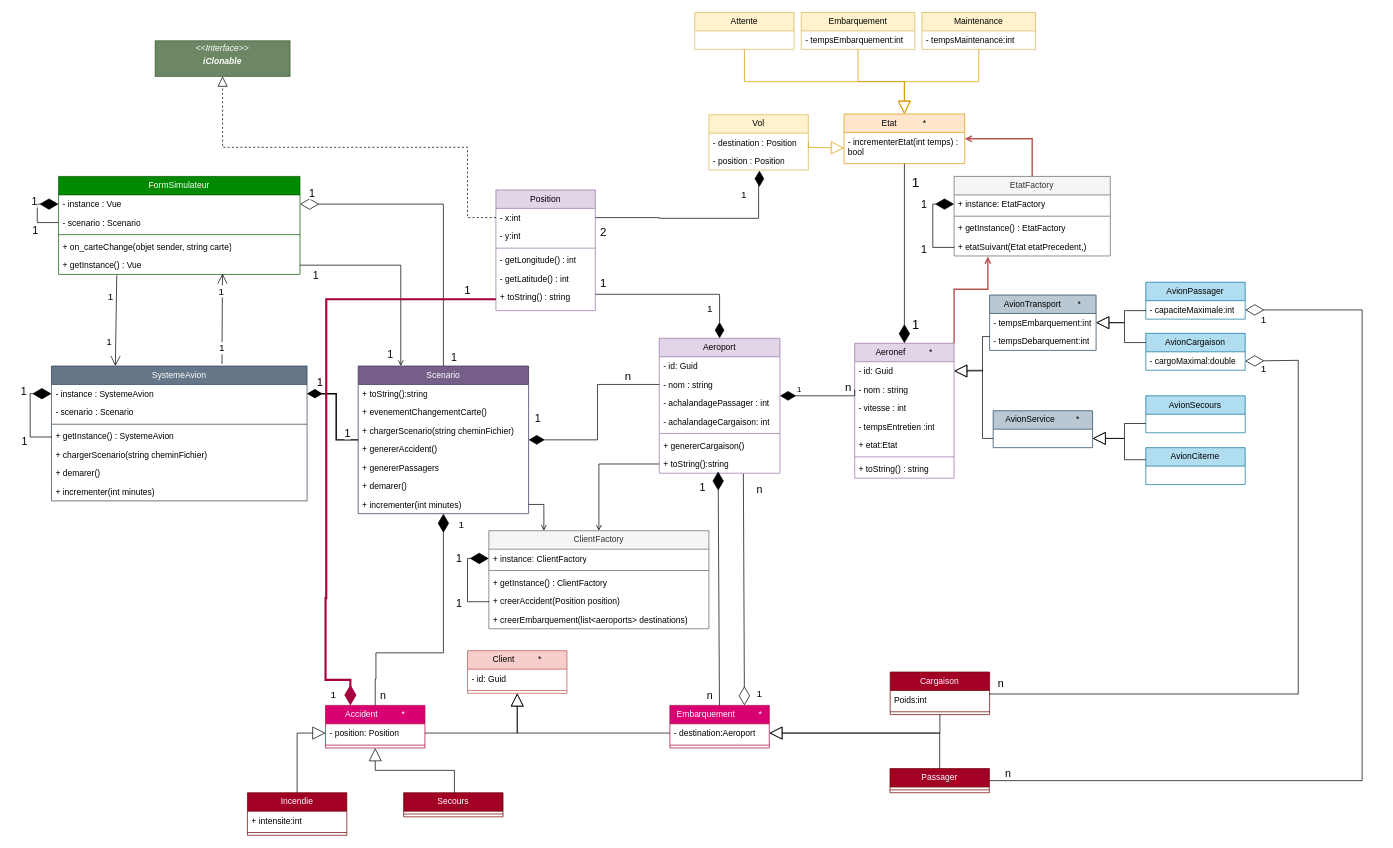
This is AviyonsSimulateur.drawio from felixcharbonneau/Echec, a draw.io file, before an edit. Source tidied: cells renumbered, new cells numbered last; positions are measured from the earlier drawing's top-left corner, leaving out a move shared by most shapes. Both pictures are drawn from the tidied source at 71%, with x=0, y=0 at pixel (30, 12).
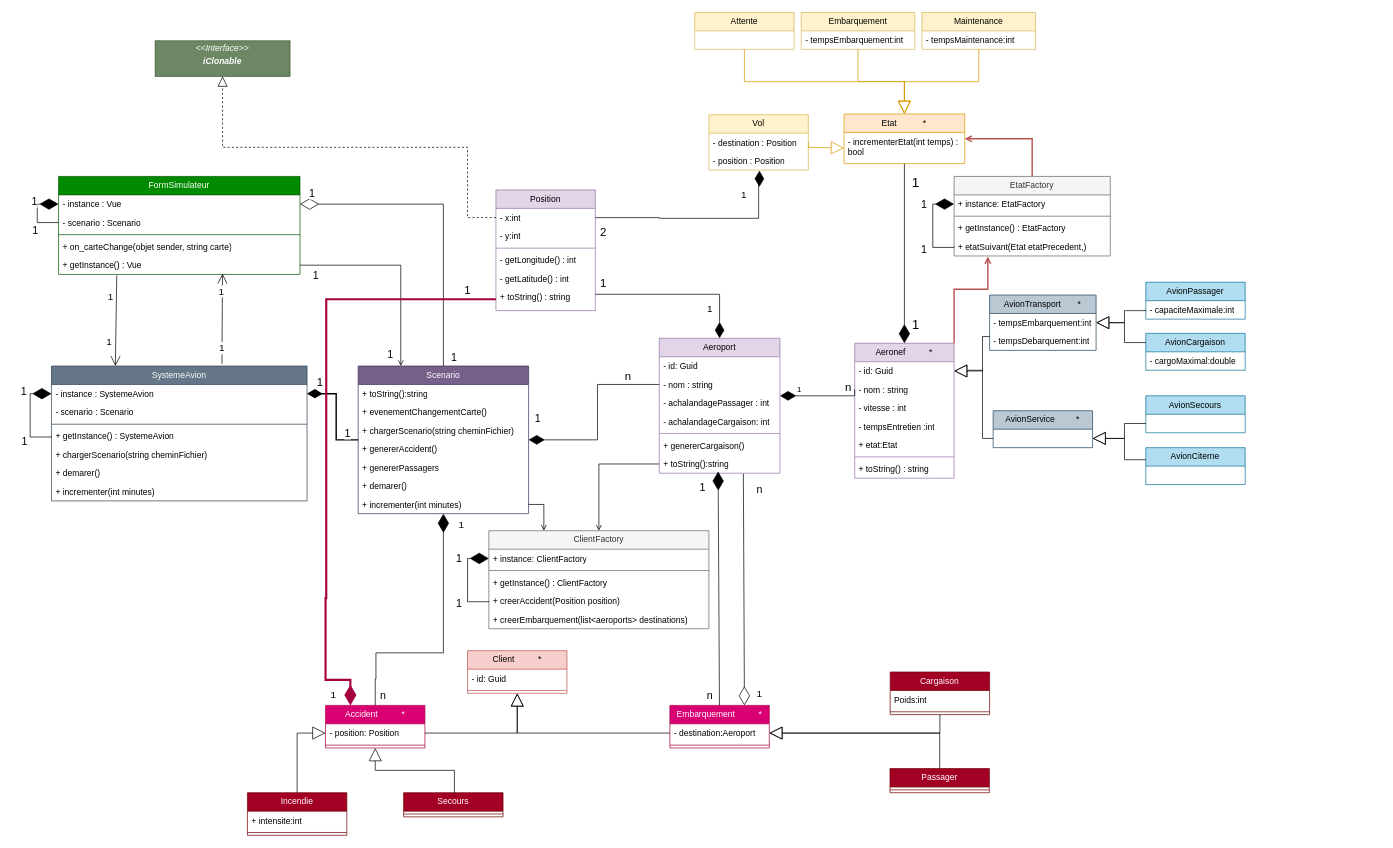
After the change.

Unchanged cells that the change refers to:
```xml
<mxCell id="65" value="- capaciteMaximale:int" style="text;strokeColor=none;fillColor=none;align=left;verticalAlign=top;spacingLeft=4;spacingRight=4;overflow=hidden;points=[[0,0.5],[1,0.5]];portConstraint=eastwest;whiteSpace=wrap;html=1;" parent="64" vertex="1">
  <mxGeometry y="26" width="140" height="26" as="geometry" />
</mxCell>
<mxCell id="67" value="- cargoMaximal:double" style="text;strokeColor=none;fillColor=none;align=left;verticalAlign=top;spacingLeft=4;spacingRight=4;overflow=hidden;points=[[0,0.5],[1,0.5]];portConstraint=eastwest;whiteSpace=wrap;html=1;" parent="66" vertex="1">
  <mxGeometry y="26" width="140" height="26" as="geometry" />
</mxCell>
<mxCell id="136" value="Cargaison" style="swimlane;fontStyle=0;horizontal=1;startSize=26;fillColor=#a20025;whiteSpace=wrap;html=1;strokeColor=#6F0000;fontColor=#ffffff;" parent="1" vertex="1">
  <mxGeometry x="1211.3" y="929" width="140" height="60" as="geometry" />
</mxCell>
<mxCell id="139" value="Passager" style="swimlane;fontStyle=0;horizontal=1;startSize=26;fillColor=#a20025;whiteSpace=wrap;html=1;strokeColor=#6F0000;fontColor=#ffffff;" parent="1" vertex="1">
  <mxGeometry x="1211" y="1065" width="140" height="34" as="geometry" />
</mxCell>
```

Diff of the diagram source:
```diff
@@
-    <mxCell id="159" style="endArrow=diamondThin;endFill=0;endSize=24;html=1;rounded=0;entryX=1;entryY=0.5;entryDx=0;entryDy=0;exitX=1;exitY=0.5;exitDx=0;exitDy=0;edgeStyle=orthogonalEdgeStyle;" parent="1" edge="1" source="136" target="67">
-      <mxGeometry relative="1" as="geometry">
-        <Array as="points">
-          <mxPoint x="1786" y="960" />
-          <mxPoint x="1786" y="490" />
-          <mxPoint x="1711" y="490" />
-        </Array>
-      </mxGeometry>
-    </mxCell>
-    <mxCell id="160" value="1" style="edgeLabel;html=1;align=center;verticalAlign=middle;fontSize=14;" parent="159" vertex="1">
-      <mxGeometry x="0.31" y="-1" relative="1" as="geometry">
-        <mxPoint x="-51" y="-252" as="offset" />
-      </mxGeometry>
-    </mxCell>
-    <mxCell id="161" value="n" style="edgeLabel;html=1;align=center;verticalAlign=middle;fontSize=15;" parent="159" vertex="1">
-      <mxGeometry x="-0.04" y="-1" relative="1" as="geometry">
-        <mxPoint x="-421" y="19" as="offset" />
-      </mxGeometry>
-    </mxCell>
-    <mxCell id="162" style="endArrow=diamondThin;endFill=0;endSize=24;html=1;rounded=0;entryX=1;entryY=0.5;entryDx=0;entryDy=0;exitX=1;exitY=0.5;exitDx=0;exitDy=0;edgeStyle=orthogonalEdgeStyle;" parent="1" edge="1" source="139" target="65">
-      <mxGeometry relative="1" as="geometry">
-        <Array as="points">
-          <mxPoint x="1876" y="1082" />
-          <mxPoint x="1876" y="419" />
-        </Array>
-      </mxGeometry>
-    </mxCell>
-    <mxCell id="163" value="1" style="edgeLabel;html=1;align=center;verticalAlign=middle;fontSize=14;" parent="162" vertex="1">
-      <mxGeometry x="0.31" y="-1" relative="1" as="geometry">
-        <mxPoint x="-141" y="-289" as="offset" />
-      </mxGeometry>
-    </mxCell>
-    <mxCell id="164" value="n" style="edgeLabel;html=1;align=center;verticalAlign=middle;fontSize=15;" parent="162" vertex="1">
-      <mxGeometry x="-0.04" y="-1" relative="1" as="geometry">
-        <mxPoint x="-501" y="112" as="offset" />
-      </mxGeometry>
-    </mxCell>
```
